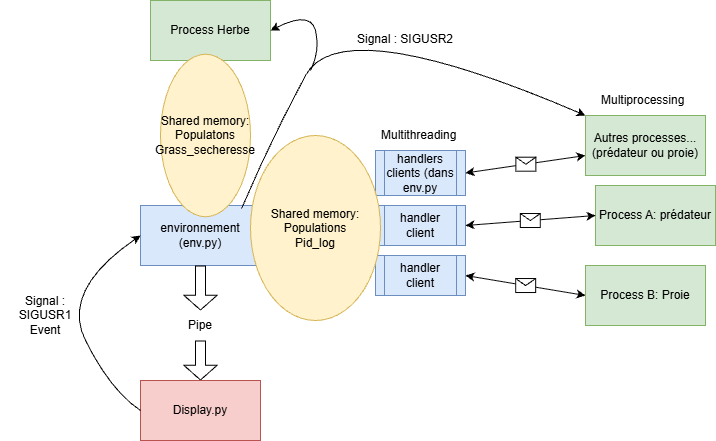
Above: diagramme_PPC.png in Artiyel/PPC (draw.io), before the change. Source tidied: cells renumbered, new cells last; positions are measured from the earlier drawing's top-left corner, leaving out a move shared by most shapes. Source of this version:
```xml
<mxGraphModel>
  <root>
    <mxCell id="0" />
    <mxCell id="1" parent="0" />
    <mxCell id="2" value="environnement&lt;div&gt;(env.py)&lt;/div&gt;" style="rounded=0;whiteSpace=wrap;html=1;fillColor=#dae8fc;strokeColor=#6c8ebf;" parent="1" vertex="1">
      <mxGeometry x="140" y="205" width="120" height="60" as="geometry" />
    </mxCell>
    <mxCell id="3" value="Process A: prédateur" style="rounded=0;whiteSpace=wrap;html=1;fillColor=#d5e8d4;strokeColor=#82b366;" parent="1" vertex="1">
      <mxGeometry x="595" y="185" width="120" height="60" as="geometry" />
    </mxCell>
    <mxCell id="4" value="Process B: Proie" style="rounded=0;whiteSpace=wrap;html=1;fillColor=#d5e8d4;strokeColor=#82b366;" parent="1" vertex="1">
      <mxGeometry x="585" y="265" width="120" height="60" as="geometry" />
    </mxCell>
    <mxCell id="5" style="endArrow=classic;html=1;rounded=0;entryX=0;entryY=0.5;entryDx=0;entryDy=0;startArrow=classic;startFill=1;exitX=1;exitY=0.5;exitDx=0;exitDy=0;" parent="1" edge="1" source="14" target="3">
      <mxGeometry relative="1" as="geometry" />
    </mxCell>
    <mxCell id="6" style="shape=message;html=1;" parent="5" vertex="1">
      <mxGeometry width="20" height="14" relative="1" as="geometry">
        <mxPoint x="-10" y="-7" as="offset" />
      </mxGeometry>
    </mxCell>
    <mxCell id="7" style="endArrow=classic;html=1;rounded=0;entryX=0;entryY=0.5;entryDx=0;entryDy=0;startArrow=classic;startFill=1;exitX=1;exitY=0.5;exitDx=0;exitDy=0;" parent="1" edge="1" source="13" target="4">
      <mxGeometry relative="1" as="geometry" />
    </mxCell>
    <mxCell id="8" style="shape=message;html=1;" parent="7" vertex="1">
      <mxGeometry width="20" height="14" relative="1" as="geometry">
        <mxPoint x="-10" y="-7" as="offset" />
      </mxGeometry>
    </mxCell>
    <mxCell id="9" style="endArrow=classic;html=1;rounded=0;startArrow=classic;startFill=1;exitX=1;exitY=0.5;exitDx=0;exitDy=0;" parent="1" edge="1" source="12">
      <mxGeometry relative="1" as="geometry">
        <mxPoint x="585" y="155" as="targetPoint" />
      </mxGeometry>
    </mxCell>
    <mxCell id="10" style="shape=message;html=1;" parent="9" vertex="1">
      <mxGeometry width="20" height="14" relative="1" as="geometry">
        <mxPoint x="-10" y="-7" as="offset" />
      </mxGeometry>
    </mxCell>
    <mxCell id="11" value="Autres processes...&lt;div&gt;(prédateur ou proie)&lt;/div&gt;" style="rounded=0;whiteSpace=wrap;html=1;fillColor=#d5e8d4;strokeColor=#82b366;" parent="1" vertex="1">
      <mxGeometry x="585" y="115" width="120" height="60" as="geometry" />
    </mxCell>
    <mxCell id="12" value="handlers clients (dans env.py" style="shape=process;whiteSpace=wrap;html=1;backgroundOutline=1;fillColor=#dae8fc;strokeColor=#6c8ebf;" parent="1" vertex="1">
      <mxGeometry x="375" y="150" width="90" height="45" as="geometry" />
    </mxCell>
    <mxCell id="13" value="handler client" style="shape=process;whiteSpace=wrap;html=1;backgroundOutline=1;fillColor=#dae8fc;strokeColor=#6c8ebf;" parent="1" vertex="1">
      <mxGeometry x="375" y="255" width="90" height="40" as="geometry" />
    </mxCell>
    <mxCell id="14" value="handler client" style="shape=process;whiteSpace=wrap;html=1;backgroundOutline=1;fillColor=#dae8fc;strokeColor=#6c8ebf;" parent="1" vertex="1">
      <mxGeometry x="375" y="205" width="90" height="40" as="geometry" />
    </mxCell>
    <mxCell id="15" value="Multithreading" style="text;strokeColor=none;fillColor=none;align=left;verticalAlign=middle;spacingLeft=4;spacingRight=4;overflow=hidden;whiteSpace=wrap;html=1;" parent="1" vertex="1">
      <mxGeometry x="375" y="120" width="85" height="30" as="geometry" />
    </mxCell>
    <mxCell id="16" value="Shared memory:&lt;br&gt;Populations&lt;br&gt;Pid_log" style="ellipse;whiteSpace=wrap;html=1;fillColor=#fff2cc;strokeColor=#d6b656;" parent="1" vertex="1">
      <mxGeometry x="250" y="135" width="130" height="185" as="geometry" />
    </mxCell>
    <mxCell id="17" value="Multiprocessing" style="text;strokeColor=none;fillColor=none;align=left;verticalAlign=middle;spacingLeft=4;spacingRight=4;overflow=hidden;whiteSpace=wrap;html=1;" parent="1" vertex="1">
      <mxGeometry x="595" y="85" width="105" height="30" as="geometry" />
    </mxCell>
    <mxCell id="18" value="Process Herbe" style="rounded=0;whiteSpace=wrap;html=1;fillColor=#d5e8d4;strokeColor=#82b366;" parent="1" vertex="1">
      <mxGeometry x="150" width="120" height="60" as="geometry" />
    </mxCell>
    <mxCell id="19" value="Shared memory:&lt;div&gt;&lt;span style=&quot;background-color: transparent; color: light-dark(rgb(0, 0, 0), rgb(255, 255, 255));&quot;&gt;Populatons&lt;/span&gt;&lt;div&gt;&lt;div&gt;Grass_secheresse&lt;/div&gt;&lt;/div&gt;&lt;/div&gt;" style="ellipse;whiteSpace=wrap;html=1;fillColor=#fff2cc;strokeColor=#d6b656;" parent="1" vertex="1">
      <mxGeometry x="160" y="53.8" width="90" height="162.5" as="geometry" />
    </mxCell>
    <mxCell id="20" style="shape=flexArrow;endArrow=classic;html=1;rounded=0;exitX=0.5;exitY=1;exitDx=0;exitDy=0;entryX=0.5;entryY=0;entryDx=0;entryDy=0;endWidth=22.5;endSize=4.608333333333333;" parent="1" edge="1" source="23" target="21">
      <mxGeometry relative="1" as="geometry" />
    </mxCell>
    <mxCell id="21" value="Display.py" style="rounded=0;whiteSpace=wrap;html=1;fillColor=#f8cecc;strokeColor=#b85450;" parent="1" vertex="1">
      <mxGeometry x="140" y="380" width="120" height="60" as="geometry" />
    </mxCell>
    <mxCell id="22" style="shape=flexArrow;endArrow=classic;html=1;rounded=0;exitX=0.5;exitY=1;exitDx=0;exitDy=0;entryX=0.5;entryY=0;entryDx=0;entryDy=0;endWidth=22.5;endSize=4.608333333333333;" parent="1" edge="1" source="2" target="23">
      <mxGeometry relative="1" as="geometry" />
    </mxCell>
    <mxCell id="23" value="Pipe" style="text;html=1;align=center;verticalAlign=middle;whiteSpace=wrap;rounded=0;" parent="1" vertex="1">
      <mxGeometry x="170" y="310" width="60" height="30" as="geometry" />
    </mxCell>
    <mxCell id="24" style="curved=1;endArrow=classic;html=1;rounded=0;exitX=0;exitY=0.5;exitDx=0;exitDy=0;entryX=0;entryY=0.5;entryDx=0;entryDy=0;" parent="1" edge="1" source="21" target="2">
      <mxGeometry relative="1" as="geometry">
        <Array as="points">
          <mxPoint x="110" y="390" />
          <mxPoint x="60" y="290" />
        </Array>
      </mxGeometry>
    </mxCell>
    <mxCell id="25" value="Signal : SIGUSR1&lt;br&gt;Event" style="text;html=1;align=center;verticalAlign=middle;whiteSpace=wrap;rounded=0;" parent="1" vertex="1">
      <mxGeometry y="290" width="90" height="50" as="geometry" />
    </mxCell>
    <mxCell id="26" style="curved=1;endArrow=classic;html=1;rounded=0;exitX=0.843;exitY=0.047;exitDx=0;exitDy=0;exitPerimeter=0;entryX=0;entryY=0;entryDx=0;entryDy=0;" parent="1" edge="1" source="2" target="11">
      <mxGeometry relative="1" as="geometry">
        <Array as="points">
          <mxPoint x="270" y="140" />
          <mxPoint x="340" y="10" />
        </Array>
      </mxGeometry>
    </mxCell>
    <mxCell id="27" value="Signal : SIGUSR2" style="text;html=1;align=center;verticalAlign=middle;whiteSpace=wrap;rounded=0;" parent="1" vertex="1">
      <mxGeometry x="350" y="24" width="110" height="30" as="geometry" />
    </mxCell>
    <mxCell id="28" style="curved=1;endArrow=classic;html=1;rounded=0;entryX=1;entryY=0.5;entryDx=0;entryDy=0;" parent="1" edge="1" target="18">
      <mxGeometry relative="1" as="geometry">
        <mxPoint x="310" y="70" as="sourcePoint" />
        <Array as="points">
          <mxPoint x="320" y="50" />
          <mxPoint x="310" y="10" />
        </Array>
      </mxGeometry>
    </mxCell>
  </root>
</mxGraphModel>
```
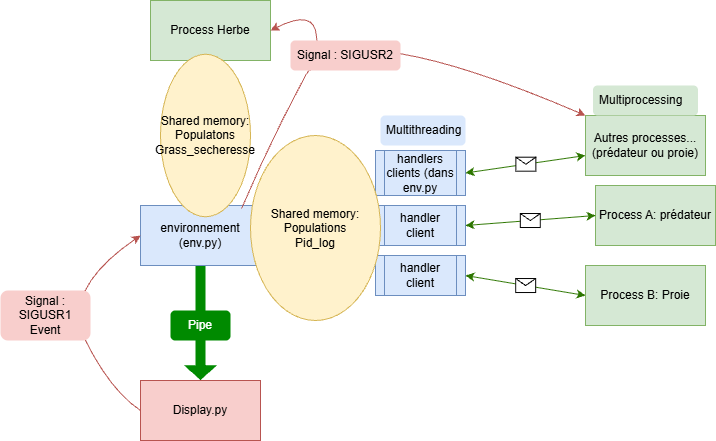
Above is the later version.

Commit message:
changement diagramme

What changed in the source:
```diff
@@ -11,7 +11,7 @@
     <mxCell id="4" value="Process B: Proie" style="rounded=0;whiteSpace=wrap;html=1;fillColor=#d5e8d4;strokeColor=#82b366;" parent="1" vertex="1">
       <mxGeometry x="585" y="265" width="120" height="60" as="geometry" />
     </mxCell>
-    <mxCell id="5" style="endArrow=classic;html=1;rounded=0;entryX=0;entryY=0.5;entryDx=0;entryDy=0;startArrow=classic;startFill=1;exitX=1;exitY=0.5;exitDx=0;exitDy=0;" parent="1" edge="1" source="14" target="3">
+    <mxCell id="5" style="endArrow=classic;html=1;rounded=0;entryX=0;entryY=0.5;entryDx=0;entryDy=0;startArrow=classic;startFill=1;exitX=1;exitY=0.5;exitDx=0;exitDy=0;fillColor=#60a917;strokeColor=#2D7600;" parent="1" edge="1" source="14" target="3">
       <mxGeometry relative="1" as="geometry" />
     </mxCell>
     <mxCell id="6" style="shape=message;html=1;" parent="5" vertex="1">
@@ -19,7 +19,7 @@
         <mxPoint x="-10" y="-7" as="offset" />
       </mxGeometry>
     </mxCell>
-    <mxCell id="7" style="endArrow=classic;html=1;rounded=0;entryX=0;entryY=0.5;entryDx=0;entryDy=0;startArrow=classic;startFill=1;exitX=1;exitY=0.5;exitDx=0;exitDy=0;" parent="1" edge="1" source="13" target="4">
+    <mxCell id="7" style="endArrow=classic;html=1;rounded=0;entryX=0;entryY=0.5;entryDx=0;entryDy=0;startArrow=classic;startFill=1;exitX=1;exitY=0.5;exitDx=0;exitDy=0;fillColor=#60a917;strokeColor=#2D7600;" parent="1" edge="1" source="13" target="4">
       <mxGeometry relative="1" as="geometry" />
     </mxCell>
     <mxCell id="8" style="shape=message;html=1;" parent="7" vertex="1">
@@ -27,7 +27,7 @@
         <mxPoint x="-10" y="-7" as="offset" />
       </mxGeometry>
     </mxCell>
-    <mxCell id="9" style="endArrow=classic;html=1;rounded=0;startArrow=classic;startFill=1;exitX=1;exitY=0.5;exitDx=0;exitDy=0;" parent="1" edge="1" source="12">
+    <mxCell id="9" style="endArrow=classic;html=1;rounded=0;startArrow=classic;startFill=1;exitX=1;exitY=0.5;exitDx=0;exitDy=0;fillColor=#60a917;strokeColor=#2D7600;" parent="1" edge="1" source="12">
       <mxGeometry relative="1" as="geometry">
         <mxPoint x="585" y="155" as="targetPoint" />
       </mxGeometry>
@@ -49,14 +49,14 @@
     <mxCell id="14" value="handler client" style="shape=process;whiteSpace=wrap;html=1;backgroundOutline=1;fillColor=#dae8fc;strokeColor=#6c8ebf;" parent="1" vertex="1">
       <mxGeometry x="375" y="205" width="90" height="40" as="geometry" />
     </mxCell>
-    <mxCell id="15" value="Multithreading" style="text;strokeColor=none;fillColor=none;align=left;verticalAlign=middle;spacingLeft=4;spacingRight=4;overflow=hidden;whiteSpace=wrap;html=1;" parent="1" vertex="1">
-      <mxGeometry x="375" y="120" width="85" height="30" as="geometry" />
+    <mxCell id="15" value="Multithreading" style="text;strokeColor=none;fillColor=#dae8fc;align=left;verticalAlign=middle;spacingLeft=4;spacingRight=4;overflow=hidden;whiteSpace=wrap;html=1;rounded=1;" parent="1" vertex="1">
+      <mxGeometry x="380" y="115" width="85" height="30" as="geometry" />
     </mxCell>
     <mxCell id="16" value="Shared memory:&lt;br&gt;Populations&lt;br&gt;Pid_log" style="ellipse;whiteSpace=wrap;html=1;fillColor=#fff2cc;strokeColor=#d6b656;" parent="1" vertex="1">
       <mxGeometry x="250" y="135" width="130" height="185" as="geometry" />
     </mxCell>
-    <mxCell id="17" value="Multiprocessing" style="text;strokeColor=none;fillColor=none;align=left;verticalAlign=middle;spacingLeft=4;spacingRight=4;overflow=hidden;whiteSpace=wrap;html=1;" parent="1" vertex="1">
-      <mxGeometry x="595" y="85" width="105" height="30" as="geometry" />
+    <mxCell id="17" value="Multiprocessing" style="text;strokeColor=none;fillColor=#d5e8d4;align=left;verticalAlign=middle;spacingLeft=4;spacingRight=4;overflow=hidden;whiteSpace=wrap;html=1;rounded=1;glass=0;" parent="1" vertex="1">
+      <mxGeometry x="592.5" y="85" width="105" height="30" as="geometry" />
     </mxCell>
     <mxCell id="18" value="Process Herbe" style="rounded=0;whiteSpace=wrap;html=1;fillColor=#d5e8d4;strokeColor=#82b366;" parent="1" vertex="1">
       <mxGeometry x="150" width="120" height="60" as="geometry" />
@@ -64,19 +64,19 @@
     <mxCell id="19" value="Shared memory:&lt;div&gt;&lt;span style=&quot;background-color: transparent; color: light-dark(rgb(0, 0, 0), rgb(255, 255, 255));&quot;&gt;Populatons&lt;/span&gt;&lt;div&gt;&lt;div&gt;Grass_secheresse&lt;/div&gt;&lt;/div&gt;&lt;/div&gt;" style="ellipse;whiteSpace=wrap;html=1;fillColor=#fff2cc;strokeColor=#d6b656;" parent="1" vertex="1">
       <mxGeometry x="160" y="53.8" width="90" height="162.5" as="geometry" />
     </mxCell>
-    <mxCell id="20" style="shape=flexArrow;endArrow=classic;html=1;rounded=0;exitX=0.5;exitY=1;exitDx=0;exitDy=0;entryX=0.5;entryY=0;entryDx=0;entryDy=0;endWidth=22.5;endSize=4.608333333333333;" parent="1" edge="1" source="23" target="21">
+    <mxCell id="20" style="shape=flexArrow;endArrow=classic;html=1;rounded=0;exitX=0.5;exitY=1;exitDx=0;exitDy=0;entryX=0.5;entryY=0;entryDx=0;entryDy=0;endWidth=22.5;endSize=4.608333333333333;fillColor=#008a00;strokeColor=none;" parent="1" edge="1" source="23" target="21">
       <mxGeometry relative="1" as="geometry" />
     </mxCell>
     <mxCell id="21" value="Display.py" style="rounded=0;whiteSpace=wrap;html=1;fillColor=#f8cecc;strokeColor=#b85450;" parent="1" vertex="1">
       <mxGeometry x="140" y="380" width="120" height="60" as="geometry" />
     </mxCell>
-    <mxCell id="22" style="shape=flexArrow;endArrow=classic;html=1;rounded=0;exitX=0.5;exitY=1;exitDx=0;exitDy=0;entryX=0.5;entryY=0;entryDx=0;entryDy=0;endWidth=22.5;endSize=4.608333333333333;" parent="1" edge="1" source="2" target="23">
+    <mxCell id="22" style="shape=flexArrow;endArrow=classic;html=1;rounded=0;exitX=0.5;exitY=1;exitDx=0;exitDy=0;entryX=0.5;entryY=0;entryDx=0;entryDy=0;endWidth=22.5;endSize=4.608333333333333;fillColor=#008a00;strokeColor=none;" parent="1" edge="1" source="2" target="21">
       <mxGeometry relative="1" as="geometry" />
     </mxCell>
-    <mxCell id="23" value="Pipe" style="text;html=1;align=center;verticalAlign=middle;whiteSpace=wrap;rounded=0;" parent="1" vertex="1">
+    <mxCell id="23" value="Pipe" style="text;html=1;align=center;verticalAlign=middle;whiteSpace=wrap;rounded=1;fillColor=#008a00;fontColor=#ffffff;strokeColor=none;" parent="1" vertex="1">
       <mxGeometry x="170" y="310" width="60" height="30" as="geometry" />
     </mxCell>
-    <mxCell id="24" style="curved=1;endArrow=classic;html=1;rounded=0;exitX=0;exitY=0.5;exitDx=0;exitDy=0;entryX=0;entryY=0.5;entryDx=0;entryDy=0;" parent="1" edge="1" source="21" target="2">
+    <mxCell id="24" style="curved=1;endArrow=classic;html=1;rounded=0;exitX=0;exitY=0.5;exitDx=0;exitDy=0;entryX=0;entryY=0.5;entryDx=0;entryDy=0;fillColor=#f8cecc;strokeColor=#b85450;" parent="1" edge="1" source="21" target="2">
       <mxGeometry relative="1" as="geometry">
         <Array as="points">
           <mxPoint x="110" y="390" />
@@ -84,10 +84,10 @@
         </Array>
       </mxGeometry>
     </mxCell>
-    <mxCell id="25" value="Signal : SIGUSR1&lt;br&gt;Event" style="text;html=1;align=center;verticalAlign=middle;whiteSpace=wrap;rounded=0;" parent="1" vertex="1">
+    <mxCell id="25" value="Signal : SIGUSR1&lt;br&gt;Event" style="text;html=1;align=center;verticalAlign=middle;whiteSpace=wrap;rounded=1;fillColor=#f8cecc;strokeColor=none;" parent="1" vertex="1">
       <mxGeometry y="290" width="90" height="50" as="geometry" />
     </mxCell>
-    <mxCell id="26" style="curved=1;endArrow=classic;html=1;rounded=0;exitX=0.843;exitY=0.047;exitDx=0;exitDy=0;exitPerimeter=0;entryX=0;entryY=0;entryDx=0;entryDy=0;" parent="1" edge="1" source="2" target="11">
+    <mxCell id="26" style="curved=1;endArrow=classic;html=1;rounded=0;exitX=0.843;exitY=0.047;exitDx=0;exitDy=0;exitPerimeter=0;entryX=0;entryY=0;entryDx=0;entryDy=0;fillColor=#f8cecc;strokeColor=#b85450;" parent="1" edge="1" source="2" target="11">
       <mxGeometry relative="1" as="geometry">
         <Array as="points">
           <mxPoint x="270" y="140" />
@@ -95,17 +95,17 @@
         </Array>
       </mxGeometry>
     </mxCell>
+    <mxCell id="28" style="curved=1;endArrow=classic;html=1;rounded=0;entryX=1;entryY=0.5;entryDx=0;entryDy=0;strokeColor=#b85450;fillColor=#f8cecc;" parent="1" edge="1" target="18">
+      <mxGeometry relative="1" as="geometry">
+        <mxPoint x="310" y="70" as="sourcePoint" />
+        <Array as="points">
+          <mxPoint x="320" y="50" />
+          <mxPoint x="310" y="10" />
+        </Array>
+      </mxGeometry>
+    </mxCell>
-    <mxCell id="27" value="Signal : SIGUSR2" style="text;html=1;align=center;verticalAlign=middle;whiteSpace=wrap;rounded=0;" parent="1" vertex="1">
-      <mxGeometry x="350" y="24" width="110" height="30" as="geometry" />
+    <mxCell id="27" value="Signal : SIGUSR2" style="text;html=1;align=center;verticalAlign=middle;whiteSpace=wrap;rounded=1;fillColor=#f8cecc;strokeColor=none;" parent="1" vertex="1">
+      <mxGeometry x="290" y="40" width="110" height="30" as="geometry" />
     </mxCell>
-    <mxCell id="28" style="curved=1;endArrow=classic;html=1;rounded=0;entryX=1;entryY=0.5;entryDx=0;entryDy=0;" parent="1" edge="1" target="18">
-      <mxGeometry relative="1" as="geometry">
-        <mxPoint x="310" y="70" as="sourcePoint" />
-        <Array as="points">
-          <mxPoint x="320" y="50" />
-          <mxPoint x="310" y="10" />
-        </Array>
-      </mxGeometry>
-    </mxCell>
   </root>
 </mxGraphModel>
```
